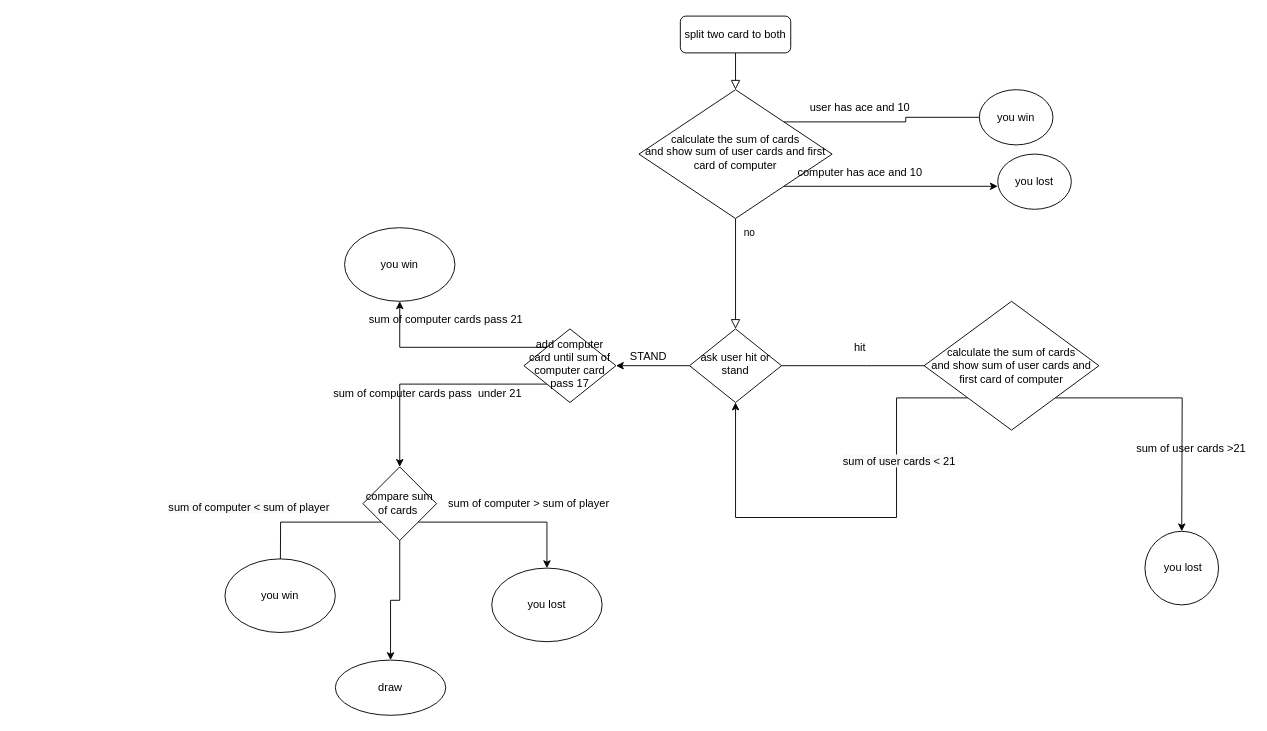
Earlier version of the draw.io diagram blackjack.drawio (turgutguvenc/Diagrams). Source tidied: cells renumbered, new cells numbered last; positions are measured from the earlier drawing's top-left corner, leaving out a move shared by most shapes. Both pictures are drawn from the tidied source at 92%, with x=0, y=0 at pixel (167, 16).
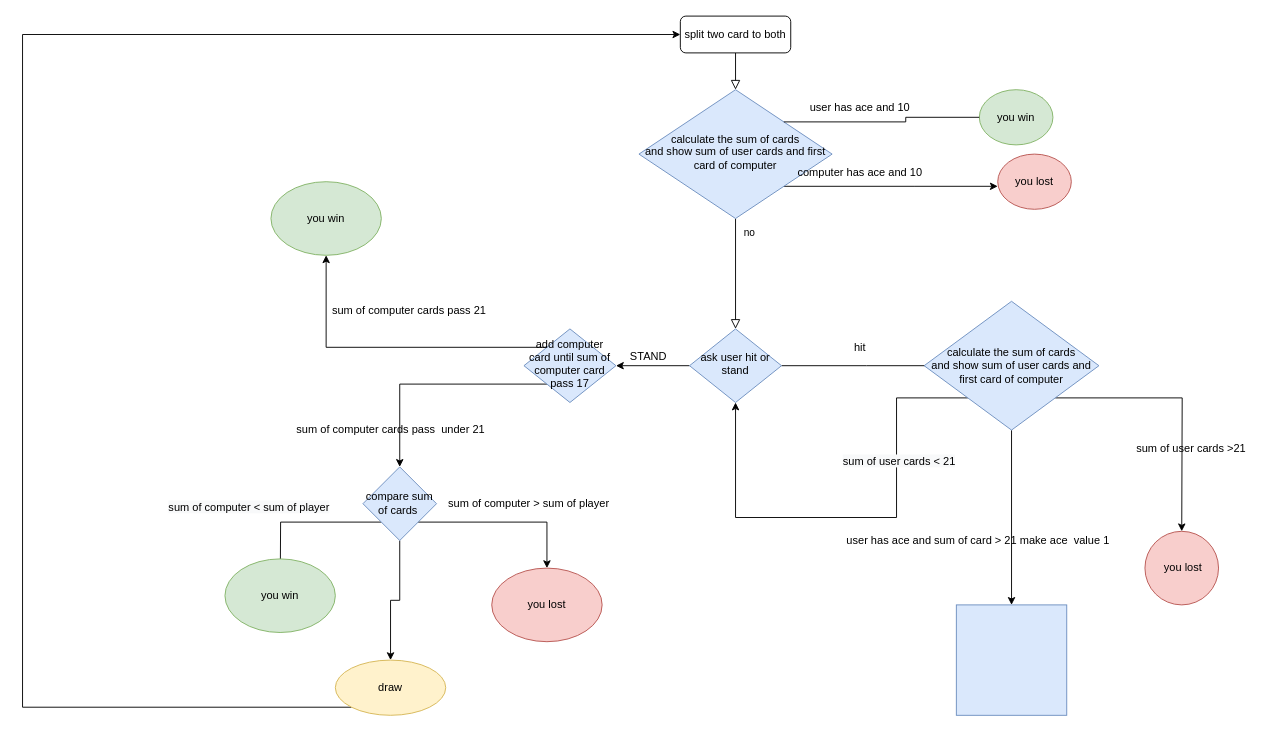
Above is the later version.

Unchanged cells that the change refers to:
```xml
<mxCell id="3" value="split two card to both&lt;br&gt;" style="rounded=1;whiteSpace=wrap;html=1;fontSize=12;glass=0;strokeWidth=1;shadow=0;" parent="1" vertex="1">
  <mxGeometry x="558" width="120" height="40" as="geometry" />
</mxCell>
```

Diff of the diagram source:
```diff
@@
-    <mxCell id="7" value="calculate the sum of cards&lt;br&gt;and show sum of user cards and first card of computer" style="rhombus;whiteSpace=wrap;html=1;shadow=0;fontFamily=Helvetica;fontSize=12;align=center;strokeWidth=1;spacing=6;spacingTop=-4;" parent="1" vertex="1">
+    <mxCell id="7" value="calculate the sum of cards&lt;br&gt;and show sum of user cards and first card of computer" style="rhombus;whiteSpace=wrap;html=1;shadow=0;fontFamily=Helvetica;fontSize=12;align=center;strokeWidth=1;spacing=6;spacingTop=-4;fillColor=#dae8fc;strokeColor=#6c8ebf;" parent="1" vertex="1">
       <mxGeometry x="513" y="80" width="210" height="140" as="geometry" />
     </mxCell>
@@
-    <mxCell id="10" value="ask user hit or stand" style="rhombus;whiteSpace=wrap;html=1;shadow=0;fontFamily=Helvetica;fontSize=12;align=center;strokeWidth=1;spacing=6;spacingTop=-4;" parent="1" vertex="1">
+    <mxCell id="10" value="ask user hit or stand" style="rhombus;whiteSpace=wrap;html=1;shadow=0;fontFamily=Helvetica;fontSize=12;align=center;strokeWidth=1;spacing=6;spacingTop=-4;fillColor=#dae8fc;strokeColor=#6c8ebf;" parent="1" vertex="1">
       <mxGeometry x="568" y="340" width="100" height="80" as="geometry" />
     </mxCell>
@@
-    <mxCell id="12" value="you win" style="ellipse;whiteSpace=wrap;html=1;" parent="1" vertex="1">
+    <mxCell id="12" value="you win" style="ellipse;whiteSpace=wrap;html=1;fillColor=#d5e8d4;strokeColor=#82b366;" parent="1" vertex="1">
       <mxGeometry x="883" y="80" width="80" height="60" as="geometry" />
     </mxCell>
@@
-    <mxCell id="14" value="you lost" style="ellipse;whiteSpace=wrap;html=1;" parent="1" vertex="1">
+    <mxCell id="14" value="you lost" style="ellipse;whiteSpace=wrap;html=1;fillColor=#f8cecc;strokeColor=#b85450;" parent="1" vertex="1">
       <mxGeometry x="903" y="150" width="80" height="60" as="geometry" />
     </mxCell>
@@
+    <mxCell id="39" style="edgeStyle=orthogonalEdgeStyle;rounded=0;jettySize=auto;html=1;" parent="1" edge="1" source="19" target="41">
+      <mxGeometry relative="1" as="geometry" />
+    </mxCell>
-    <mxCell id="19" value="&lt;span&gt;calculate the sum of cards&lt;/span&gt;&lt;br&gt;&lt;span&gt;and show sum of user cards and first card of computer&lt;/span&gt;" style="rhombus;whiteSpace=wrap;html=1;" parent="1" vertex="1">
+    <mxCell id="19" value="&lt;span&gt;calculate the sum of cards&lt;/span&gt;&lt;br&gt;&lt;span&gt;and show sum of user cards and first card of computer&lt;/span&gt;" style="rhombus;whiteSpace=wrap;html=1;fillColor=#dae8fc;strokeColor=#6c8ebf;" parent="1" vertex="1">
       <mxGeometry x="823" y="310" width="190" height="140" as="geometry" />
     </mxCell>
-    <mxCell id="20" value="&amp;nbsp;you lost" style="ellipse;whiteSpace=wrap;html=1;" parent="1" vertex="1">
+    <mxCell id="20" value="&amp;nbsp;you lost" style="ellipse;whiteSpace=wrap;html=1;fillColor=#f8cecc;strokeColor=#b85450;" parent="1" vertex="1">
       <mxGeometry x="1063" y="560" width="80" height="80" as="geometry" />
     </mxCell>
@@
-    <mxCell id="25" value="add computer card until sum of computer card pass 17" style="rhombus;whiteSpace=wrap;html=1;shadow=0;fontFamily=Helvetica;fontSize=12;align=center;strokeWidth=1;spacing=6;spacingTop=-4;" parent="1" vertex="1">
+    <mxCell id="25" value="add computer card until sum of computer card pass 17" style="rhombus;whiteSpace=wrap;html=1;shadow=0;fontFamily=Helvetica;fontSize=12;align=center;strokeWidth=1;spacing=6;spacingTop=-4;fillColor=#dae8fc;strokeColor=#6c8ebf;" parent="1" vertex="1">
       <mxGeometry x="388" y="340" width="100" height="80" as="geometry" />
     </mxCell>
@@
     <mxCell id="27" value="sum of computer cards pass 21" style="text;html=1;align=center;verticalAlign=middle;strokeColor=none;fillColor=none;" parent="1" vertex="1">
-      <mxGeometry x="213" y="320" width="180" height="20" as="geometry" />
+      <mxGeometry x="173" y="310" width="180" height="20" as="geometry" />
     </mxCell>
     <mxCell id="28" value="sum of computer cards pass&amp;nbsp; under 21" style="text;html=1;align=center;verticalAlign=middle;strokeColor=none;fillColor=none;" parent="1" vertex="1">
-      <mxGeometry x="173" y="400" width="220" height="20" as="geometry" />
+      <mxGeometry x="133" y="440" width="220" height="20" as="geometry" />
     </mxCell>
-    <mxCell id="29" value="you win" style="ellipse;whiteSpace=wrap;html=1;" parent="1" vertex="1">
-      <mxGeometry x="193" y="230" width="120" height="80" as="geometry" />
+    <mxCell id="29" value="you win" style="ellipse;whiteSpace=wrap;html=1;fillColor=#d5e8d4;strokeColor=#82b366;" parent="1" vertex="1">
+      <mxGeometry x="113" y="180" width="120" height="80" as="geometry" />
     </mxCell>
@@
-    <mxCell id="33" value="compare sum of cards&amp;nbsp;" style="rhombus;whiteSpace=wrap;html=1;" parent="1" vertex="1">
+    <mxCell id="33" value="compare sum of cards&amp;nbsp;" style="rhombus;whiteSpace=wrap;html=1;fillColor=#dae8fc;strokeColor=#6c8ebf;" parent="1" vertex="1">
       <mxGeometry x="213" y="490" width="80" height="80" as="geometry" />
     </mxCell>
@@
-    <mxCell id="35" value="you lost" style="ellipse;whiteSpace=wrap;html=1;" parent="1" vertex="1">
+    <mxCell id="35" value="you lost" style="ellipse;whiteSpace=wrap;html=1;fillColor=#f8cecc;strokeColor=#b85450;" parent="1" vertex="1">
       <mxGeometry x="353" y="600" width="120" height="80" as="geometry" />
     </mxCell>
@@
-    <mxCell id="37" value="you win" style="ellipse;whiteSpace=wrap;html=1;" parent="1" vertex="1">
+    <mxCell id="37" value="you win" style="ellipse;whiteSpace=wrap;html=1;fillColor=#d5e8d4;strokeColor=#82b366;" parent="1" vertex="1">
       <mxGeometry x="63" y="590" width="120" height="80" as="geometry" />
     </mxCell>
+    <mxCell id="40" style="edgeStyle=orthogonalEdgeStyle;rounded=0;jettySize=auto;html=1;exitX=0;exitY=1;exitDx=0;exitDy=0;entryX=0;entryY=0.5;entryDx=0;entryDy=0;" parent="1" edge="1" source="38" target="3">
+      <mxGeometry relative="1" as="geometry">
+        <Array as="points">
+          <mxPoint x="-157" y="751" />
+          <mxPoint x="-157" y="20" />
+        </Array>
+      </mxGeometry>
+    </mxCell>
-    <mxCell id="38" value="draw" style="ellipse;whiteSpace=wrap;html=1;" parent="1" vertex="1">
+    <mxCell id="38" value="draw" style="ellipse;whiteSpace=wrap;html=1;fillColor=#fff2cc;strokeColor=#d6b656;" parent="1" vertex="1">
       <mxGeometry x="183" y="700" width="120" height="60" as="geometry" />
     </mxCell>
+    <mxCell id="41" style="whiteSpace=wrap;html=1;fillColor=#dae8fc;strokeColor=#6c8ebf;" parent="1" vertex="1">
+      <mxGeometry x="858" y="640" width="120" height="120" as="geometry" />
+    </mxCell>
+    <mxCell id="42" value="user has ace and sum of card &amp;gt; 21 make ace&amp;nbsp; value 1&amp;nbsp;" style="text;html=1;align=center;verticalAlign=middle;strokeColor=none;fillColor=none;" parent="1" vertex="1">
+      <mxGeometry x="733" y="560" width="300" height="20" as="geometry" />
+    </mxCell>
```
